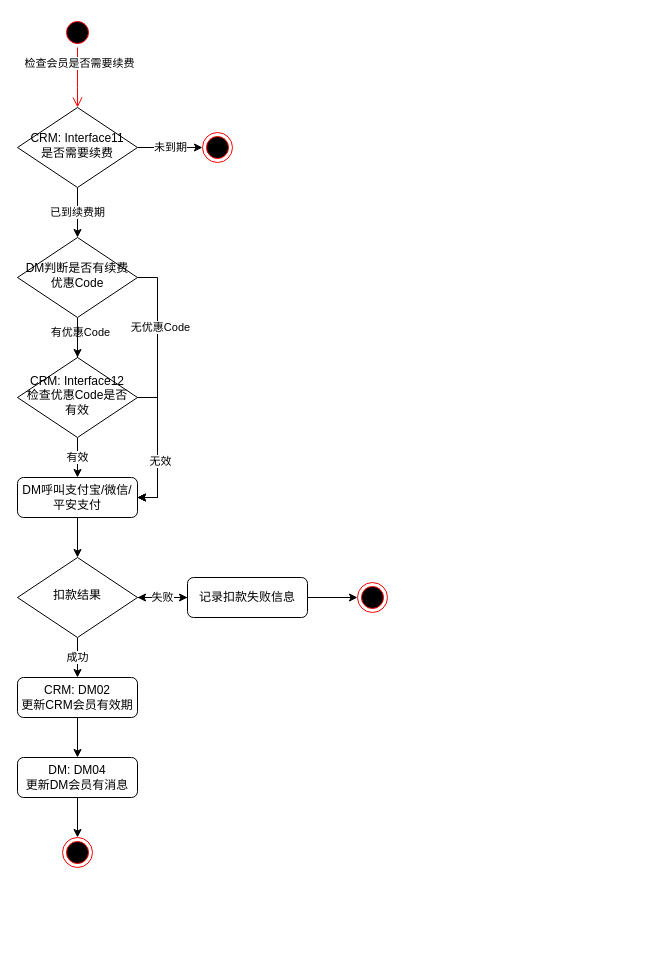
This is page "手动续费" (3 of 5) of DM会员注册.drawio from luss613/draw.io, a draw.io file, before an edit. Source tidied: cells renumbered, new cells numbered last; positions are measured from the earlier drawing's top-left corner, leaving out a move shared by most shapes. Both pictures are drawn from the tidied source at 100%, with x=0, y=0 at pixel (17, 17).
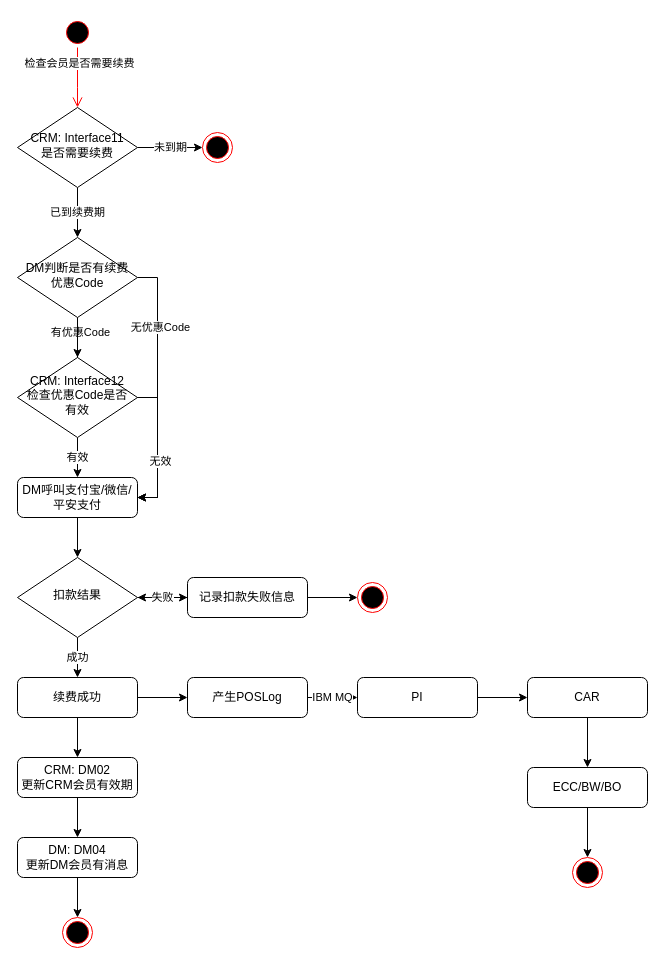
Above is the later version.

Change to the diagram source:
```diff
@@
     <mxCell id="29" value="CRM: DM02&lt;br&gt;更新CRM会员有效期" style="rounded=1;whiteSpace=wrap;html=1;fontSize=12;glass=0;strokeWidth=1;shadow=0;" parent="1" vertex="1">
-      <mxGeometry y="660" width="120" height="40" as="geometry" />
+      <mxGeometry y="740" width="120" height="40" as="geometry" />
     </mxCell>
@@
     <mxCell id="31" value="DM: DM04&lt;br&gt;更新DM会员有消息" style="rounded=1;whiteSpace=wrap;html=1;fontSize=12;glass=0;strokeWidth=1;shadow=0;" parent="1" vertex="1">
-      <mxGeometry y="740" width="120" height="40" as="geometry" />
+      <mxGeometry y="820" width="120" height="40" as="geometry" />
     </mxCell>
     <mxCell id="32" style="ellipse;html=1;shape=endState;fillColor=#000000;strokeColor=#ff0000;" parent="1" vertex="1">
-      <mxGeometry x="45" y="820" width="30" height="30" as="geometry" />
+      <mxGeometry x="45" y="900" width="30" height="30" as="geometry" />
     </mxCell>
+    <mxCell id="33" style="edgeStyle=orthogonalEdgeStyle;rounded=0;jettySize=auto;html=1;" parent="1" edge="1" source="35" target="29">
+      <mxGeometry relative="1" as="geometry" />
+    </mxCell>
+    <mxCell id="34" style="edgeStyle=orthogonalEdgeStyle;rounded=0;jettySize=auto;html=1;" parent="1" edge="1" source="35" target="37">
+      <mxGeometry relative="1" as="geometry" />
+    </mxCell>
+    <mxCell id="35" value="续费成功" style="rounded=1;whiteSpace=wrap;html=1;fontSize=12;glass=0;strokeWidth=1;shadow=0;" parent="1" vertex="1">
+      <mxGeometry y="660" width="120" height="40" as="geometry" />
+    </mxCell>
+    <mxCell id="36" value="IBM MQ" style="edgeStyle=orthogonalEdgeStyle;rounded=0;jettySize=auto;html=1;" parent="1" edge="1" source="37" target="39">
+      <mxGeometry relative="1" as="geometry" />
+    </mxCell>
+    <mxCell id="37" value="产生POSLog" style="rounded=1;whiteSpace=wrap;html=1;fontSize=12;glass=0;strokeWidth=1;shadow=0;" parent="1" vertex="1">
+      <mxGeometry x="170" y="660" width="120" height="40" as="geometry" />
+    </mxCell>
+    <mxCell id="38" style="edgeStyle=orthogonalEdgeStyle;rounded=0;jettySize=auto;html=1;" parent="1" edge="1" source="39" target="41">
+      <mxGeometry relative="1" as="geometry" />
+    </mxCell>
+    <mxCell id="39" value="PI" style="rounded=1;whiteSpace=wrap;html=1;fontSize=12;glass=0;strokeWidth=1;shadow=0;" parent="1" vertex="1">
+      <mxGeometry x="340" y="660" width="120" height="40" as="geometry" />
+    </mxCell>
+    <mxCell id="40" style="edgeStyle=orthogonalEdgeStyle;rounded=0;jettySize=auto;html=1;" parent="1" edge="1" source="41" target="43">
+      <mxGeometry relative="1" as="geometry" />
+    </mxCell>
+    <mxCell id="41" value="CAR" style="rounded=1;whiteSpace=wrap;html=1;fontSize=12;glass=0;strokeWidth=1;shadow=0;" parent="1" vertex="1">
+      <mxGeometry x="510" y="660" width="120" height="40" as="geometry" />
+    </mxCell>
+    <mxCell id="42" style="edgeStyle=orthogonalEdgeStyle;rounded=0;jettySize=auto;html=1;" parent="1" edge="1" source="43" target="44">
+      <mxGeometry relative="1" as="geometry" />
+    </mxCell>
+    <mxCell id="43" value="ECC/BW/BO" style="rounded=1;whiteSpace=wrap;html=1;fontSize=12;glass=0;strokeWidth=1;shadow=0;" parent="1" vertex="1">
+      <mxGeometry x="510" y="750" width="120" height="40" as="geometry" />
+    </mxCell>
+    <mxCell id="44" style="ellipse;html=1;shape=endState;fillColor=#000000;strokeColor=#ff0000;" parent="1" vertex="1">
+      <mxGeometry x="555" y="840" width="30" height="30" as="geometry" />
+    </mxCell>
```
